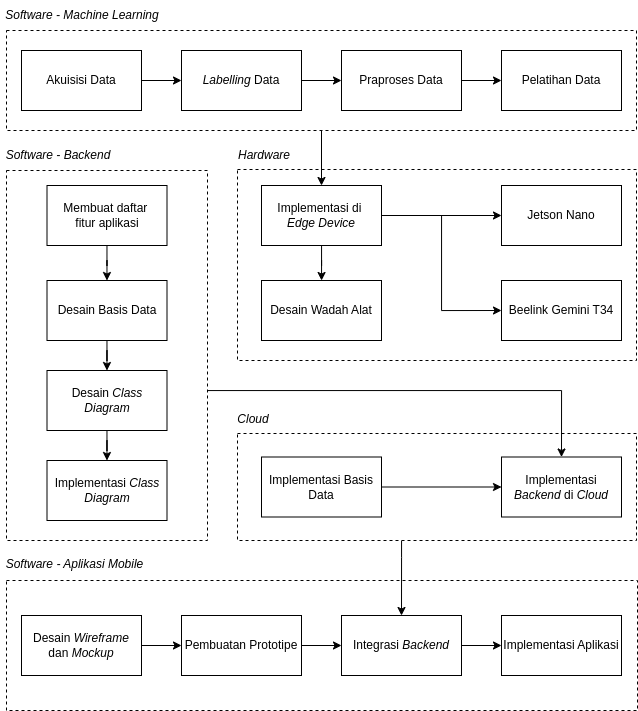
ODOLTracker/odoltracker-buku-ta keeps this draw.io diagram as gambar/bab3-block-diagram.png. Above is the earlier version. Source tidied: cells renumbered, new cells last; positions are measured from the earlier drawing's top-left corner, leaving out a move shared by most shapes. The source it was exported from:
```xml
<mxGraphModel>
  <root>
    <mxCell id="0" />
    <mxCell id="1" parent="0" />
    <mxCell id="2" style="rounded=0;whiteSpace=wrap;html=1;dashed=1;" parent="1" vertex="1">
      <mxGeometry x="6" y="580" width="631" height="130" as="geometry" />
    </mxCell>
    <mxCell id="3" style="edgeStyle=orthogonalEdgeStyle;rounded=0;jettySize=auto;html=1;entryX=0.5;entryY=0;entryDx=0;entryDy=0;" parent="1" edge="1" source="4" target="43">
      <mxGeometry relative="1" as="geometry">
        <Array as="points">
          <mxPoint x="401" y="557" />
          <mxPoint x="401" y="557" />
        </Array>
      </mxGeometry>
    </mxCell>
    <mxCell id="4" style="rounded=0;whiteSpace=wrap;html=1;dashed=1;" parent="1" vertex="1">
      <mxGeometry x="237" y="433" width="399" height="107" as="geometry" />
    </mxCell>
    <mxCell id="5" style="edgeStyle=orthogonalEdgeStyle;rounded=0;jettySize=auto;html=1;entryX=0.5;entryY=0;entryDx=0;entryDy=0;" parent="1" edge="1" source="6" target="37">
      <mxGeometry relative="1" as="geometry">
        <Array as="points">
          <mxPoint x="561" y="390" />
        </Array>
      </mxGeometry>
    </mxCell>
    <mxCell id="6" style="rounded=0;whiteSpace=wrap;html=1;dashed=1;" parent="1" vertex="1">
      <mxGeometry x="6" y="170" width="201" height="370" as="geometry" />
    </mxCell>
    <mxCell id="7" style="rounded=0;whiteSpace=wrap;html=1;dashed=1;" parent="1" vertex="1">
      <mxGeometry x="237" y="169" width="399" height="191" as="geometry" />
    </mxCell>
    <mxCell id="8" style="edgeStyle=orthogonalEdgeStyle;rounded=0;jettySize=auto;html=1;entryX=0.5;entryY=0;entryDx=0;entryDy=0;" parent="1" edge="1" source="9" target="27">
      <mxGeometry relative="1" as="geometry" />
    </mxCell>
    <mxCell id="9" style="rounded=0;whiteSpace=wrap;html=1;dashed=1;" parent="1" vertex="1">
      <mxGeometry x="6" y="30" width="630" height="100" as="geometry" />
    </mxCell>
    <mxCell id="10" style="edgeStyle=orthogonalEdgeStyle;rounded=0;jettySize=auto;html=1;" parent="1" edge="1" source="11" target="13">
      <mxGeometry relative="1" as="geometry" />
    </mxCell>
    <mxCell id="11" value="Akuisisi Data" style="rounded=0;whiteSpace=wrap;html=1;" parent="1" vertex="1">
      <mxGeometry x="21" y="50" width="120" height="60" as="geometry" />
    </mxCell>
    <mxCell id="12" style="edgeStyle=orthogonalEdgeStyle;rounded=0;jettySize=auto;html=1;" parent="1" edge="1" source="13" target="15">
      <mxGeometry relative="1" as="geometry" />
    </mxCell>
    <mxCell id="13" value="&lt;i&gt;Labelling&lt;/i&gt; Data" style="rounded=0;whiteSpace=wrap;html=1;" parent="1" vertex="1">
      <mxGeometry x="181" y="50" width="120" height="60" as="geometry" />
    </mxCell>
    <mxCell id="14" style="edgeStyle=orthogonalEdgeStyle;rounded=0;jettySize=auto;html=1;" parent="1" edge="1" source="15" target="16">
      <mxGeometry relative="1" as="geometry" />
    </mxCell>
    <mxCell id="15" value="&lt;div&gt;Praproses Data&lt;/div&gt;" style="rounded=0;whiteSpace=wrap;html=1;" parent="1" vertex="1">
      <mxGeometry x="341" y="50" width="120" height="60" as="geometry" />
    </mxCell>
    <mxCell id="16" value="Pelatihan Data" style="rounded=0;whiteSpace=wrap;html=1;" parent="1" vertex="1">
      <mxGeometry x="501" y="50" width="120" height="60" as="geometry" />
    </mxCell>
    <mxCell id="17" value="&lt;i&gt;Software - Machine Learning&lt;/i&gt;" style="text;html=1;align=center;verticalAlign=middle;whiteSpace=wrap;rounded=0;" parent="1" vertex="1">
      <mxGeometry width="164" height="30" as="geometry" />
    </mxCell>
    <mxCell id="18" value="Jetson Nano" style="whiteSpace=wrap;html=1;rounded=0;" parent="1" vertex="1">
      <mxGeometry x="501" y="185" width="120" height="60" as="geometry" />
    </mxCell>
    <mxCell id="19" value="Beelink Gemini T34" style="whiteSpace=wrap;html=1;rounded=0;" parent="1" vertex="1">
      <mxGeometry x="501" y="280" width="120" height="60" as="geometry" />
    </mxCell>
    <mxCell id="20" value="&lt;i&gt;Hardware&lt;/i&gt;" style="text;html=1;align=center;verticalAlign=middle;whiteSpace=wrap;rounded=0;" parent="1" vertex="1">
      <mxGeometry x="233" y="140" width="62" height="30" as="geometry" />
    </mxCell>
    <mxCell id="21" value="&lt;i&gt;Software - Backend&lt;/i&gt;" style="text;html=1;align=center;verticalAlign=middle;whiteSpace=wrap;rounded=0;" parent="1" vertex="1">
      <mxGeometry x="2" y="140" width="112" height="30" as="geometry" />
    </mxCell>
    <mxCell id="22" style="edgeStyle=orthogonalEdgeStyle;rounded=0;jettySize=auto;html=1;" parent="1" edge="1" source="23" target="30">
      <mxGeometry relative="1" as="geometry" />
    </mxCell>
    <mxCell id="23" value="Membuat daftar&amp;nbsp;&lt;div&gt;fitur aplikasi&lt;/div&gt;" style="rounded=0;whiteSpace=wrap;html=1;" parent="1" vertex="1">
      <mxGeometry x="46.5" y="185" width="120" height="60" as="geometry" />
    </mxCell>
    <mxCell id="24" style="edgeStyle=orthogonalEdgeStyle;rounded=0;jettySize=auto;html=1;" parent="1" edge="1" source="27" target="28">
      <mxGeometry relative="1" as="geometry" />
    </mxCell>
    <mxCell id="25" style="edgeStyle=orthogonalEdgeStyle;rounded=0;jettySize=auto;html=1;entryX=0;entryY=0.5;entryDx=0;entryDy=0;" parent="1" edge="1" source="27" target="18">
      <mxGeometry relative="1" as="geometry" />
    </mxCell>
    <mxCell id="26" style="edgeStyle=orthogonalEdgeStyle;rounded=0;jettySize=auto;html=1;entryX=0;entryY=0.5;entryDx=0;entryDy=0;" parent="1" edge="1" source="27" target="19">
      <mxGeometry relative="1" as="geometry" />
    </mxCell>
    <mxCell id="27" value="Implementasi di&amp;nbsp;&lt;div&gt;&lt;i&gt;Edge Device&lt;/i&gt;&lt;/div&gt;" style="rounded=0;whiteSpace=wrap;html=1;" parent="1" vertex="1">
      <mxGeometry x="261" y="185" width="120" height="60" as="geometry" />
    </mxCell>
    <mxCell id="28" value="Desain Wadah Alat" style="whiteSpace=wrap;html=1;rounded=0;" parent="1" vertex="1">
      <mxGeometry x="261" y="280" width="120" height="60" as="geometry" />
    </mxCell>
    <mxCell id="29" style="edgeStyle=orthogonalEdgeStyle;rounded=0;jettySize=auto;html=1;" parent="1" edge="1" source="30" target="32">
      <mxGeometry relative="1" as="geometry" />
    </mxCell>
    <mxCell id="30" value="Desain Basis Data" style="whiteSpace=wrap;html=1;rounded=0;" parent="1" vertex="1">
      <mxGeometry x="46.5" y="280" width="120" height="60" as="geometry" />
    </mxCell>
    <mxCell id="31" style="edgeStyle=orthogonalEdgeStyle;rounded=0;jettySize=auto;html=1;" parent="1" edge="1" source="32" target="33">
      <mxGeometry relative="1" as="geometry" />
    </mxCell>
    <mxCell id="32" value="Desain&amp;nbsp;&lt;i&gt;Class Diagram&lt;/i&gt;" style="whiteSpace=wrap;html=1;rounded=0;" parent="1" vertex="1">
      <mxGeometry x="46.5" y="370" width="120" height="60" as="geometry" />
    </mxCell>
    <mxCell id="33" value="Implementasi &lt;i&gt;Class Diagram&lt;/i&gt;" style="whiteSpace=wrap;html=1;rounded=0;" parent="1" vertex="1">
      <mxGeometry x="46.5" y="460" width="120" height="60" as="geometry" />
    </mxCell>
    <mxCell id="34" value="&lt;i&gt;Cloud&lt;/i&gt;" style="text;html=1;align=center;verticalAlign=middle;whiteSpace=wrap;rounded=0;" parent="1" vertex="1">
      <mxGeometry x="236" y="404" width="34" height="30" as="geometry" />
    </mxCell>
    <mxCell id="35" style="edgeStyle=orthogonalEdgeStyle;rounded=0;jettySize=auto;html=1;" parent="1" edge="1" source="36" target="37">
      <mxGeometry relative="1" as="geometry" />
    </mxCell>
    <mxCell id="36" value="Implementasi Basis Data" style="whiteSpace=wrap;html=1;rounded=0;" parent="1" vertex="1">
      <mxGeometry x="261" y="456.5" width="120" height="60" as="geometry" />
    </mxCell>
    <mxCell id="37" value="Implementasi &lt;i&gt;Backend&lt;/i&gt; di &lt;i&gt;Cloud&lt;/i&gt;" style="whiteSpace=wrap;html=1;rounded=0;" parent="1" vertex="1">
      <mxGeometry x="501" y="456.5" width="120" height="60" as="geometry" />
    </mxCell>
    <mxCell id="38" style="edgeStyle=orthogonalEdgeStyle;rounded=0;jettySize=auto;html=1;" parent="1" edge="1" source="39" target="41">
      <mxGeometry relative="1" as="geometry" />
    </mxCell>
    <mxCell id="39" value="Desain &lt;i&gt;Wireframe&lt;/i&gt; dan &lt;i&gt;Mockup&lt;/i&gt;" style="rounded=0;whiteSpace=wrap;html=1;" parent="1" vertex="1">
      <mxGeometry x="21" y="615" width="120" height="60" as="geometry" />
    </mxCell>
    <mxCell id="40" style="edgeStyle=orthogonalEdgeStyle;rounded=0;jettySize=auto;html=1;" parent="1" edge="1" source="41" target="43">
      <mxGeometry relative="1" as="geometry" />
    </mxCell>
    <mxCell id="41" value="Pembuatan Prototipe" style="rounded=0;whiteSpace=wrap;html=1;" parent="1" vertex="1">
      <mxGeometry x="181" y="615" width="120" height="60" as="geometry" />
    </mxCell>
    <mxCell id="42" style="edgeStyle=orthogonalEdgeStyle;rounded=0;jettySize=auto;html=1;" parent="1" edge="1" source="43" target="44">
      <mxGeometry relative="1" as="geometry" />
    </mxCell>
    <mxCell id="43" value="&lt;div&gt;Integrasi &lt;i&gt;Backend&lt;/i&gt;&lt;/div&gt;" style="rounded=0;whiteSpace=wrap;html=1;" parent="1" vertex="1">
      <mxGeometry x="341" y="615" width="120" height="60" as="geometry" />
    </mxCell>
    <mxCell id="44" value="Implementasi Aplikasi" style="rounded=0;whiteSpace=wrap;html=1;" parent="1" vertex="1">
      <mxGeometry x="501" y="615" width="120" height="60" as="geometry" />
    </mxCell>
    <mxCell id="45" value="&lt;i&gt;Software - Aplikasi Mobile&lt;/i&gt;" style="text;html=1;align=center;verticalAlign=middle;whiteSpace=wrap;rounded=0;" parent="1" vertex="1">
      <mxGeometry x="2" y="549" width="145" height="30" as="geometry" />
    </mxCell>
  </root>
</mxGraphModel>
```
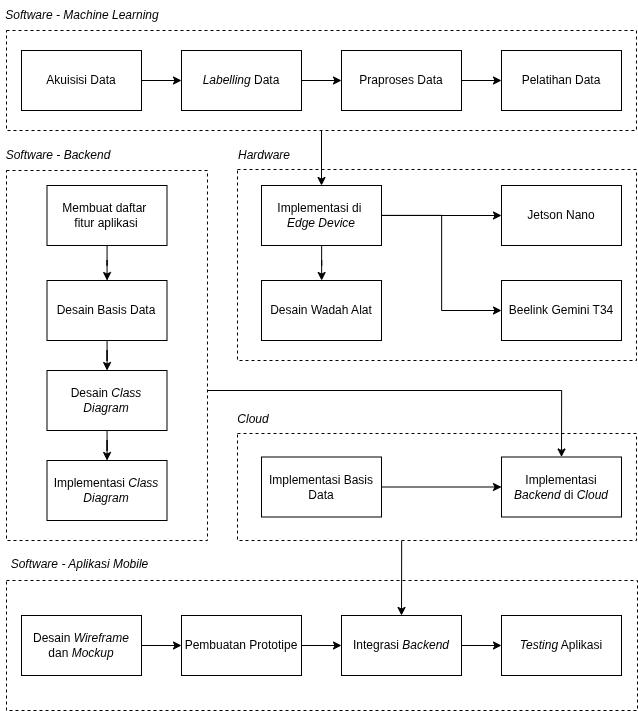
The same diagram one commit later.

What changed in the source:
```diff
@@ -137,11 +137,11 @@
     <mxCell id="43" value="&lt;div&gt;Integrasi &lt;i&gt;Backend&lt;/i&gt;&lt;/div&gt;" style="rounded=0;whiteSpace=wrap;html=1;" parent="1" vertex="1">
       <mxGeometry x="341" y="615" width="120" height="60" as="geometry" />
     </mxCell>
-    <mxCell id="44" value="Implementasi Aplikasi" style="rounded=0;whiteSpace=wrap;html=1;" parent="1" vertex="1">
+    <mxCell id="44" value="&lt;i&gt;Testing&lt;/i&gt; Aplikasi" style="rounded=0;whiteSpace=wrap;html=1;" parent="1" vertex="1">
       <mxGeometry x="501" y="615" width="120" height="60" as="geometry" />
     </mxCell>
     <mxCell id="45" value="&lt;i&gt;Software - Aplikasi Mobile&lt;/i&gt;" style="text;html=1;align=center;verticalAlign=middle;whiteSpace=wrap;rounded=0;" parent="1" vertex="1">
-      <mxGeometry x="2" y="549" width="145" height="30" as="geometry" />
+      <mxGeometry x="2" y="549" width="155" height="30" as="geometry" />
     </mxCell>
   </root>
 </mxGraphModel>
```
